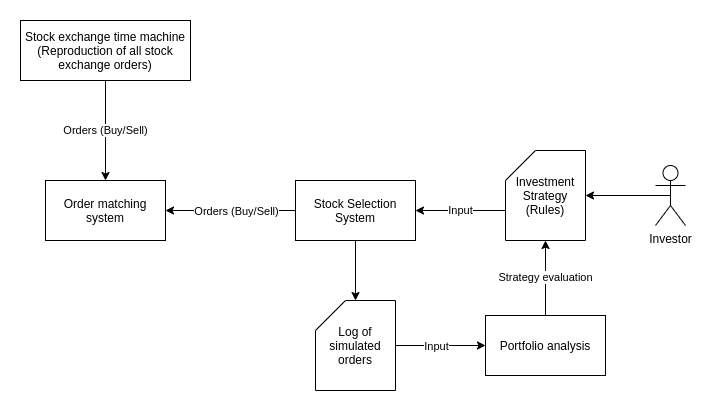
The draw.io diagram electronic-trading-platform-simulator.png in durvalcarvalho/electronic-trading-platform-simulator, before a commit. Source tidied: cells renumbered, new cells last; positions are measured from the earlier drawing's top-left corner, leaving out a move shared by most shapes. The source it was exported from:
```xml
<mxGraphModel>
  <root>
    <mxCell id="0" />
    <mxCell id="1" parent="0" />
    <mxCell id="2" value="Order matching system" style="rounded=0;whiteSpace=wrap;html=1;" parent="1" vertex="1">
      <mxGeometry x="25" y="160" width="120" height="60" as="geometry" />
    </mxCell>
    <mxCell id="3" style="edgeStyle=orthogonalEdgeStyle;rounded=0;jettySize=auto;html=1;exitX=0;exitY=0.5;exitDx=0;exitDy=0;entryX=1;entryY=0.5;entryDx=0;entryDy=0;" parent="1" edge="1" source="6" target="2">
      <mxGeometry relative="1" as="geometry" />
    </mxCell>
    <mxCell id="4" value="Orders (Buy/Sell)" style="edgeLabel;html=1;align=center;verticalAlign=middle;" parent="3" vertex="1">
      <mxGeometry x="0.23" y="2" relative="1" as="geometry">
        <mxPoint x="20" y="-2" as="offset" />
      </mxGeometry>
    </mxCell>
    <mxCell id="5" style="edgeStyle=orthogonalEdgeStyle;rounded=0;jettySize=auto;html=1;exitX=0.5;exitY=1;exitDx=0;exitDy=0;" parent="1" edge="1" source="6" target="15">
      <mxGeometry relative="1" as="geometry" />
    </mxCell>
    <mxCell id="6" value="Stock Selection System" style="rounded=0;whiteSpace=wrap;html=1;" parent="1" vertex="1">
      <mxGeometry x="275" y="160" width="120" height="60" as="geometry" />
    </mxCell>
    <mxCell id="7" style="edgeStyle=orthogonalEdgeStyle;rounded=0;jettySize=auto;html=1;exitX=0.5;exitY=0.5;exitDx=0;exitDy=0;exitPerimeter=0;entryX=1;entryY=0.5;entryDx=0;entryDy=0;entryPerimeter=0;" parent="1" edge="1" source="8" target="10">
      <mxGeometry relative="1" as="geometry" />
    </mxCell>
    <mxCell id="8" value="Investor" style="shape=umlActor;verticalLabelPosition=bottom;labelBackgroundColor=#ffffff;verticalAlign=top;html=1;outlineConnect=0;" parent="1" vertex="1">
      <mxGeometry x="635" y="145" width="30" height="60" as="geometry" />
    </mxCell>
    <mxCell id="9" value="Input" style="edgeStyle=orthogonalEdgeStyle;rounded=0;jettySize=auto;html=1;exitX=0;exitY=0;exitDx=0;exitDy=60;exitPerimeter=0;" parent="1" edge="1" source="10" target="6">
      <mxGeometry relative="1" as="geometry" />
    </mxCell>
    <mxCell id="10" value="Investment Strategy (Rules)" style="shape=card;whiteSpace=wrap;html=1;" parent="1" vertex="1">
      <mxGeometry x="485" y="130" width="80" height="90" as="geometry" />
    </mxCell>
    <mxCell id="11" value="Orders (Buy/Sell)" style="edgeStyle=orthogonalEdgeStyle;rounded=0;jettySize=auto;html=1;exitX=0.5;exitY=1;exitDx=0;exitDy=0;" parent="1" edge="1" source="12" target="2">
      <mxGeometry relative="1" as="geometry" />
    </mxCell>
    <mxCell id="12" value="Stock exchange time machine (Reproduction of all stock exchange orders)" style="rounded=0;whiteSpace=wrap;html=1;" parent="1" vertex="1">
      <mxGeometry width="170" height="60" as="geometry" />
    </mxCell>
    <mxCell id="13" style="edgeStyle=orthogonalEdgeStyle;rounded=0;jettySize=auto;html=1;exitX=1;exitY=0.5;exitDx=0;exitDy=0;exitPerimeter=0;entryX=0;entryY=0.5;entryDx=0;entryDy=0;" parent="1" edge="1" source="15" target="17">
      <mxGeometry relative="1" as="geometry" />
    </mxCell>
    <mxCell id="14" value="Input" style="edgeLabel;html=1;align=center;verticalAlign=middle;" parent="13" vertex="1">
      <mxGeometry x="-0.22" y="-4" relative="1" as="geometry">
        <mxPoint x="5" y="-4" as="offset" />
      </mxGeometry>
    </mxCell>
    <mxCell id="15" value="Log of simulated orders" style="shape=card;whiteSpace=wrap;html=1;" parent="1" vertex="1">
      <mxGeometry x="295" y="280" width="80" height="90" as="geometry" />
    </mxCell>
    <mxCell id="16" value="Strategy evaluation" style="edgeStyle=orthogonalEdgeStyle;rounded=0;jettySize=auto;html=1;exitX=0.5;exitY=0;exitDx=0;exitDy=0;entryX=0.5;entryY=1;entryDx=0;entryDy=0;entryPerimeter=0;" parent="1" edge="1" source="17" target="10">
      <mxGeometry relative="1" as="geometry" />
    </mxCell>
    <mxCell id="17" value="Portfolio analysis" style="rounded=0;whiteSpace=wrap;html=1;" parent="1" vertex="1">
      <mxGeometry x="465" y="295" width="120" height="60" as="geometry" />
    </mxCell>
  </root>
</mxGraphModel>
```
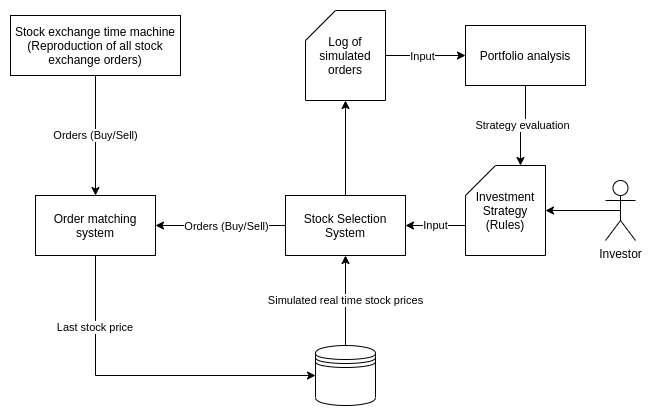
The same file after the commit.

Change to the diagram source:
```diff
@@ -2,8 +2,14 @@
   <root>
     <mxCell id="0" />
     <mxCell id="1" parent="0" />
+    <mxCell id="18" style="edgeStyle=orthogonalEdgeStyle;rounded=0;jettySize=auto;html=1;exitX=0.5;exitY=1;exitDx=0;exitDy=0;entryX=0;entryY=0.5;entryDx=0;entryDy=0;" parent="1" edge="1" source="2" target="21">
+      <mxGeometry relative="1" as="geometry" />
+    </mxCell>
+    <mxCell id="19" value="Last stock price&amp;nbsp;" style="edgeLabel;html=1;align=center;verticalAlign=middle;" parent="18" vertex="1">
+      <mxGeometry x="-0.58" relative="1" as="geometry" />
+    </mxCell>
     <mxCell id="2" value="Order matching system" style="rounded=0;whiteSpace=wrap;html=1;" parent="1" vertex="1">
-      <mxGeometry x="25" y="160" width="120" height="60" as="geometry" />
+      <mxGeometry x="105" y="90" width="120" height="60" as="geometry" />
     </mxCell>
     <mxCell id="3" style="edgeStyle=orthogonalEdgeStyle;rounded=0;jettySize=auto;html=1;exitX=0;exitY=0.5;exitDx=0;exitDy=0;entryX=1;entryY=0.5;entryDx=0;entryDy=0;" parent="1" edge="1" source="6" target="2">
       <mxGeometry relative="1" as="geometry" />
@@ -13,29 +19,29 @@
         <mxPoint x="20" y="-2" as="offset" />
       </mxGeometry>
     </mxCell>
-    <mxCell id="5" style="edgeStyle=orthogonalEdgeStyle;rounded=0;jettySize=auto;html=1;exitX=0.5;exitY=1;exitDx=0;exitDy=0;" parent="1" edge="1" source="6" target="15">
+    <mxCell id="5" style="edgeStyle=orthogonalEdgeStyle;rounded=0;jettySize=auto;html=1;exitX=0.5;exitY=0;exitDx=0;exitDy=0;" parent="1" edge="1" source="6" target="15">
       <mxGeometry relative="1" as="geometry" />
     </mxCell>
     <mxCell id="6" value="Stock Selection System" style="rounded=0;whiteSpace=wrap;html=1;" parent="1" vertex="1">
-      <mxGeometry x="275" y="160" width="120" height="60" as="geometry" />
+      <mxGeometry x="355" y="90" width="120" height="60" as="geometry" />
     </mxCell>
     <mxCell id="7" style="edgeStyle=orthogonalEdgeStyle;rounded=0;jettySize=auto;html=1;exitX=0.5;exitY=0.5;exitDx=0;exitDy=0;exitPerimeter=0;entryX=1;entryY=0.5;entryDx=0;entryDy=0;entryPerimeter=0;" parent="1" edge="1" source="8" target="10">
       <mxGeometry relative="1" as="geometry" />
     </mxCell>
     <mxCell id="8" value="Investor" style="shape=umlActor;verticalLabelPosition=bottom;labelBackgroundColor=#ffffff;verticalAlign=top;html=1;outlineConnect=0;" parent="1" vertex="1">
-      <mxGeometry x="635" y="145" width="30" height="60" as="geometry" />
+      <mxGeometry x="675" y="75" width="30" height="60" as="geometry" />
     </mxCell>
     <mxCell id="9" value="Input" style="edgeStyle=orthogonalEdgeStyle;rounded=0;jettySize=auto;html=1;exitX=0;exitY=0;exitDx=0;exitDy=60;exitPerimeter=0;" parent="1" edge="1" source="10" target="6">
       <mxGeometry relative="1" as="geometry" />
     </mxCell>
     <mxCell id="10" value="Investment Strategy (Rules)" style="shape=card;whiteSpace=wrap;html=1;" parent="1" vertex="1">
-      <mxGeometry x="485" y="130" width="80" height="90" as="geometry" />
+      <mxGeometry x="535" y="60" width="80" height="90" as="geometry" />
     </mxCell>
     <mxCell id="11" value="Orders (Buy/Sell)" style="edgeStyle=orthogonalEdgeStyle;rounded=0;jettySize=auto;html=1;exitX=0.5;exitY=1;exitDx=0;exitDy=0;" parent="1" edge="1" source="12" target="2">
       <mxGeometry relative="1" as="geometry" />
     </mxCell>
     <mxCell id="12" value="Stock exchange time machine (Reproduction of all stock exchange orders)" style="rounded=0;whiteSpace=wrap;html=1;" parent="1" vertex="1">
-      <mxGeometry width="170" height="60" as="geometry" />
+      <mxGeometry x="80" y="-90" width="170" height="60" as="geometry" />
     </mxCell>
     <mxCell id="13" style="edgeStyle=orthogonalEdgeStyle;rounded=0;jettySize=auto;html=1;exitX=1;exitY=0.5;exitDx=0;exitDy=0;exitPerimeter=0;entryX=0;entryY=0.5;entryDx=0;entryDy=0;" parent="1" edge="1" source="15" target="17">
       <mxGeometry relative="1" as="geometry" />
@@ -46,13 +52,19 @@
       </mxGeometry>
     </mxCell>
     <mxCell id="15" value="Log of simulated orders" style="shape=card;whiteSpace=wrap;html=1;" parent="1" vertex="1">
-      <mxGeometry x="295" y="280" width="80" height="90" as="geometry" />
+      <mxGeometry x="375" y="-95" width="80" height="90" as="geometry" />
     </mxCell>
-    <mxCell id="16" value="Strategy evaluation" style="edgeStyle=orthogonalEdgeStyle;rounded=0;jettySize=auto;html=1;exitX=0.5;exitY=0;exitDx=0;exitDy=0;entryX=0.5;entryY=1;entryDx=0;entryDy=0;entryPerimeter=0;" parent="1" edge="1" source="17" target="10">
+    <mxCell id="16" value="Strategy evaluation" style="edgeStyle=orthogonalEdgeStyle;rounded=0;jettySize=auto;html=1;exitX=0.5;exitY=1;exitDx=0;exitDy=0;entryX=0;entryY=0;entryDx=55;entryDy=0;entryPerimeter=0;" parent="1" edge="1" source="17" target="10">
       <mxGeometry relative="1" as="geometry" />
     </mxCell>
     <mxCell id="17" value="Portfolio analysis" style="rounded=0;whiteSpace=wrap;html=1;" parent="1" vertex="1">
-      <mxGeometry x="465" y="295" width="120" height="60" as="geometry" />
+      <mxGeometry x="535" y="-80" width="120" height="60" as="geometry" />
     </mxCell>
+    <mxCell id="20" value="Simulated real time stock prices" style="edgeStyle=orthogonalEdgeStyle;rounded=0;jettySize=auto;html=1;exitX=0.5;exitY=0;exitDx=0;exitDy=0;entryX=0.5;entryY=1;entryDx=0;entryDy=0;" parent="1" edge="1" source="21" target="6">
+      <mxGeometry relative="1" as="geometry" />
+    </mxCell>
+    <mxCell id="21" style="shape=datastore;whiteSpace=wrap;html=1;" parent="1" vertex="1">
+      <mxGeometry x="385" y="240" width="60" height="60" as="geometry" />
+    </mxCell>
   </root>
 </mxGraphModel>
```
